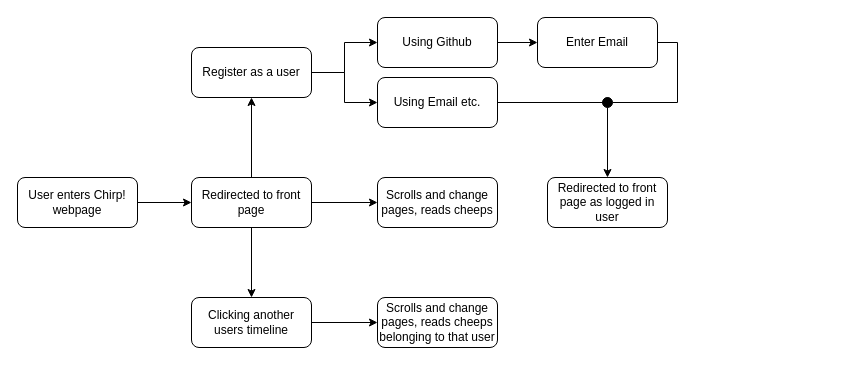
Earlier version of the draw.io diagram page "UnAuthorized" (1 of 2) of docs/diagrams/UserJourney.drawio (ITU-BDSA2024-GROUP29/Chirp). Source tidied: cells renumbered, new cells numbered last; positions are measured from the earlier drawing's top-left corner, leaving out a move shared by most shapes. Both pictures are drawn from the tidied source at 100%, with x=0, y=0 at pixel (17, 17).
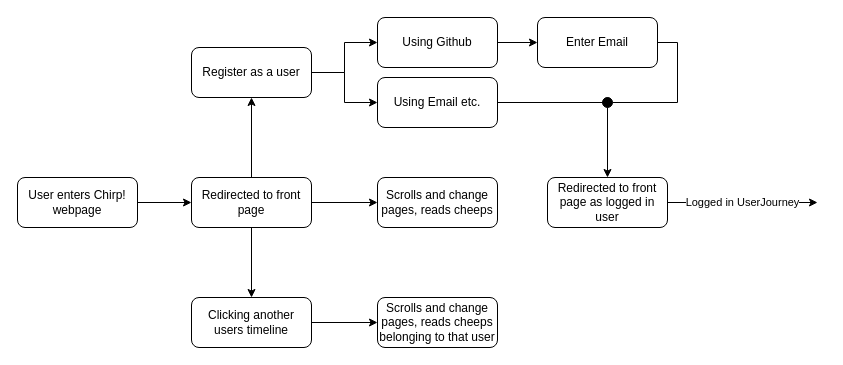
The same page after the edit.

Unchanged cells that the change refers to:
```xml
<mxCell id="21" value="Redirected to front page as logged in user" style="rounded=1;whiteSpace=wrap;html=1;" parent="1" vertex="1">
  <mxGeometry x="530" y="160" width="120" height="50" as="geometry" />
</mxCell>
```

The edit, as a diff of the source:
```diff
@@
+    <mxCell id="24" value="Logged in UserJourney" style="edgeStyle=orthogonalEdgeStyle;rounded=0;jettySize=auto;html=1;exitX=1;exitY=0.5;exitDx=0;exitDy=0;" parent="1" edge="1" source="21">
+      <mxGeometry relative="1" as="geometry">
+        <mxPoint x="800" y="185" as="targetPoint" />
+      </mxGeometry>
+    </mxCell>
```
